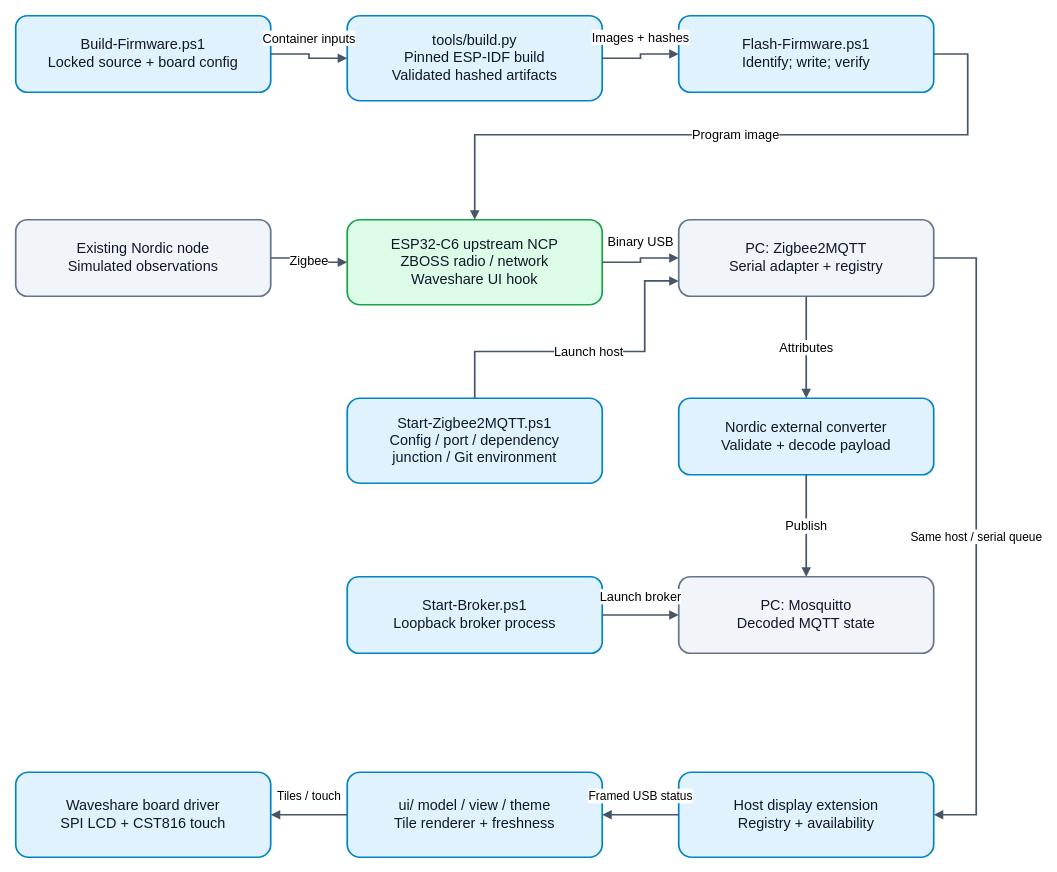
Above: docs/Firmware/ESP32-C6 Coordinator/assets/architecture.drawio in Priyanshu0901/SustaintheSystem (draw.io), before the change. Source tidied: cells renumbered, new cells numbered last; positions are measured from the earlier drawing's top-left corner, leaving out a move shared by most shapes. Both pictures are drawn from the tidied source at 85%, with x=0, y=0 at pixel (15, 15).
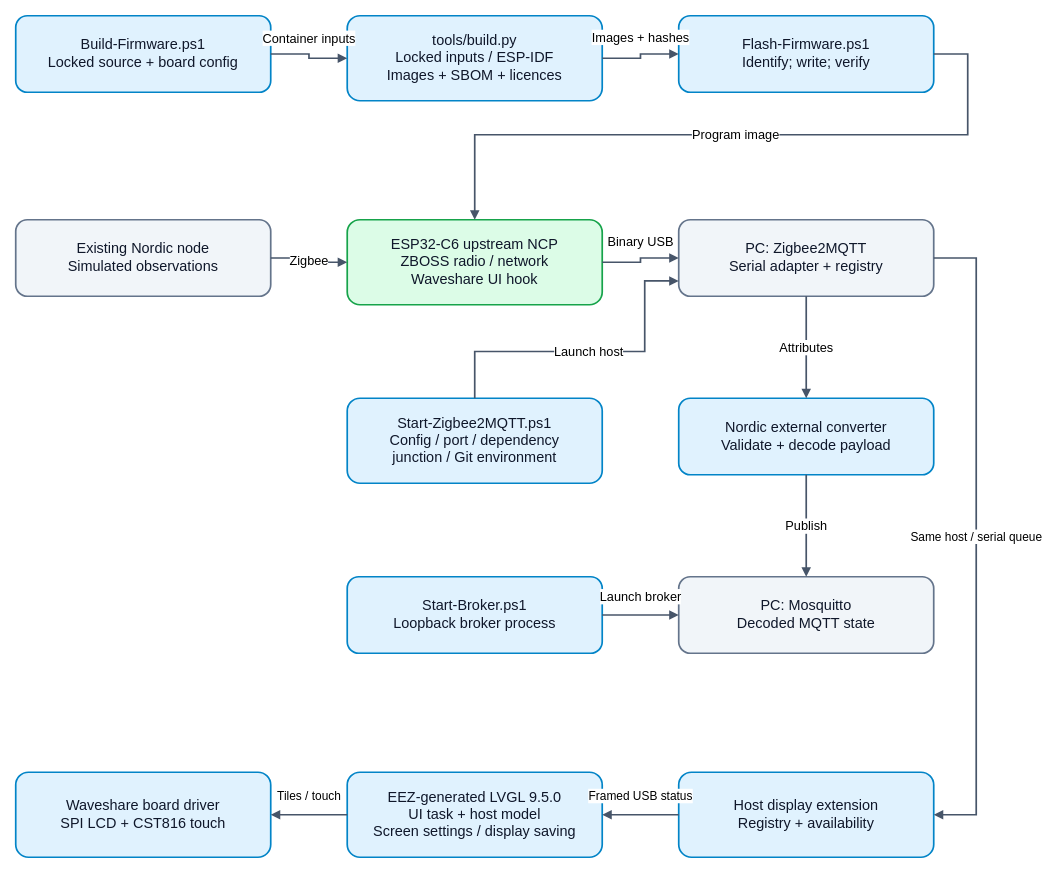
The same diagram, later.

Diff of the diagram source:
```diff
@@
-    <mxCell id="3" value="tools/build.py&lt;br&gt;Pinned ESP-IDF build&lt;br&gt;Validated hashed artifacts" style="rounded=1;whiteSpace=wrap;html=1;fontFamily=Arial;fontSize=17;spacing=12;strokeWidth=2;fillColor=#e0f2fe;strokeColor=#0284c7;fontColor=#0f172a;" parent="1" vertex="1">
+    <mxCell id="3" value="tools/build.py&lt;br&gt;Locked inputs / ESP-IDF&lt;br&gt;Images + SBOM + licences" style="rounded=1;whiteSpace=wrap;html=1;fontFamily=Arial;fontSize=17;spacing=12;strokeWidth=2;fillColor=#e0f2fe;strokeColor=#0284c7;fontColor=#0f172a;" parent="1" vertex="1">
       <mxGeometry x="390" width="300" height="100" as="geometry" />
     </mxCell>
@@
-    <mxCell id="22" value="ui/ model / view / theme&lt;br&gt;Tile renderer + freshness" style="rounded=1;whiteSpace=wrap;html=1;fontFamily=Arial;fontSize=17;spacing=12;strokeWidth=2;fillColor=#e0f2fe;strokeColor=#0284c7;fontColor=#0f172a;" parent="1" vertex="1">
+    <mxCell id="22" value="EEZ-generated LVGL 9.5.0&lt;br&gt;UI task + host model&lt;br&gt;Screen settings / display saving" style="rounded=1;whiteSpace=wrap;html=1;fontFamily=Arial;fontSize=17;spacing=12;strokeWidth=2;fillColor=#e0f2fe;strokeColor=#0284c7;fontColor=#0f172a;" parent="1" vertex="1">
       <mxGeometry x="390" y="890" width="300" height="100" as="geometry" />
     </mxCell>
```
